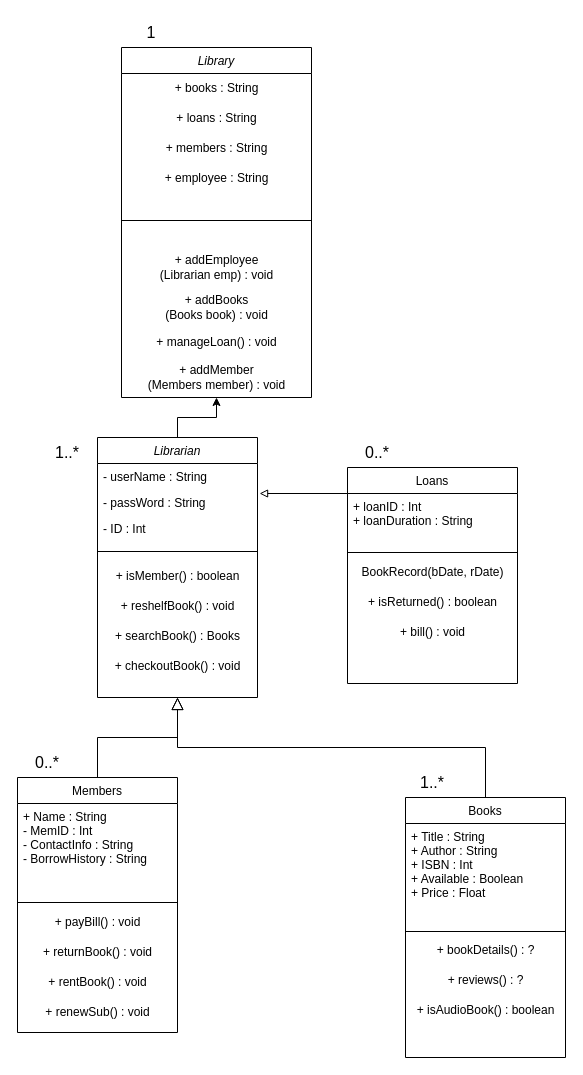
Earlier version of the draw.io diagram Untitled Diagram.drawio (Twpendleton/ClassUMLDiagram). Source tidied: cells renumbered, new cells numbered last; positions are measured from the earlier drawing's top-left corner, leaving out a move shared by most shapes. Both pictures are drawn from the tidied source at 100%, with x=0, y=0 at pixel (17, 17).
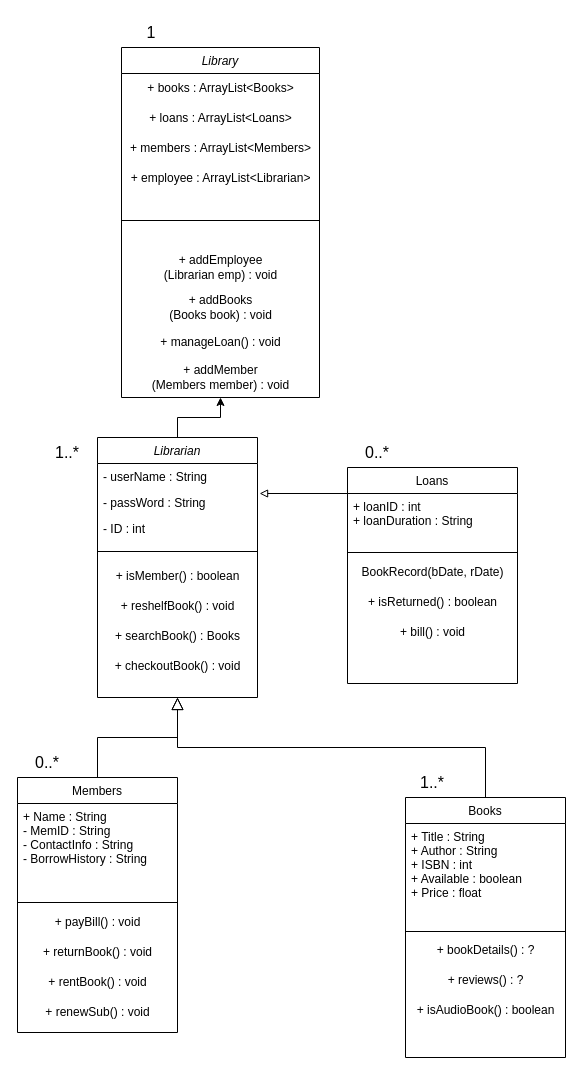
The same page after the edit.

Commit message:
Fix attribute types

Unchanged cells that the change refers to:
```xml
<mxCell id="3" value="Librarian" style="swimlane;fontStyle=2;align=center;verticalAlign=top;horizontal=1;startSize=26;rounded=0;shadow=0;strokeWidth=1;" parent="1" vertex="1">
  <mxGeometry x="80" y="420" width="160" height="260" as="geometry" />
</mxCell>
<mxCell id="12" value="Members" style="swimlane;fontStyle=0;align=center;verticalAlign=top;horizontal=1;startSize=26;rounded=0;shadow=0;strokeWidth=1;" parent="1" vertex="1">
  <mxGeometry y="760" width="160" height="255" as="geometry" />
</mxCell>
<mxCell id="20" value="Books" style="swimlane;fontStyle=0;align=center;verticalAlign=top;horizontal=1;startSize=26;rounded=0;shadow=0;strokeWidth=1;" parent="1" vertex="1">
  <mxGeometry x="388" y="780" width="160" height="260" as="geometry" />
</mxCell>
<mxCell id="27" value="Loans" style="swimlane;fontStyle=0;align=center;verticalAlign=top;horizontal=1;startSize=26;rounded=0;shadow=0;strokeWidth=1;" parent="1" vertex="1">
  <mxGeometry x="330" y="450" width="170" height="216" as="geometry" />
</mxCell>
```

Diff of the diagram source:
```diff
@@
-    <mxCell id="6" value="- ID : Int" style="text;align=left;verticalAlign=top;spacingLeft=4;spacingRight=4;overflow=hidden;rounded=0;shadow=0;html=0;" parent="3" vertex="1">
+    <mxCell id="6" value="- ID : int" style="text;align=left;verticalAlign=top;spacingLeft=4;spacingRight=4;overflow=hidden;rounded=0;shadow=0;html=0;" parent="3" vertex="1">
       <mxGeometry y="78" width="160" height="26" as="geometry" />
     </mxCell>
@@
-    <mxCell id="13" value="+ Name : String&#10;- MemID : Int&#10;- ContactInfo : String&#10;- BorrowHistory : String&#10;" style="text;align=left;verticalAlign=top;spacingLeft=4;spacingRight=4;overflow=hidden;" parent="12" vertex="1">
+    <mxCell id="13" value="+ Name : String&#10;- MemID : String&#10;- ContactInfo : String&#10;- BorrowHistory : String&#10;" style="text;align=left;verticalAlign=top;spacingLeft=4;spacingRight=4;overflow=hidden;" parent="12" vertex="1">
       <mxGeometry y="26" width="160" height="94" as="geometry" />
     </mxCell>
@@
-    <mxCell id="21" value="+ Title : String&#10;+ Author : String&#10;+ ISBN : Int&#10;+ Available : Boolean&#10;+ Price : Float" style="text;align=left;verticalAlign=top;spacingLeft=4;spacingRight=4;overflow=hidden;" parent="20" vertex="1">
+    <mxCell id="21" value="+ Title : String&#10;+ Author : String&#10;+ ISBN : int&#10;+ Available : boolean&#10;+ Price : float" style="text;align=left;verticalAlign=top;spacingLeft=4;spacingRight=4;overflow=hidden;" parent="20" vertex="1">
       <mxGeometry y="26" width="160" height="104" as="geometry" />
     </mxCell>
@@
-    <mxCell id="28" value="+ loanID : Int&#10;+ loanDuration : String&#10;" style="text;align=left;verticalAlign=top;spacingLeft=4;spacingRight=4;overflow=hidden;" parent="27" vertex="1">
+    <mxCell id="28" value="+ loanID : int&#10;+ loanDuration : String&#10;" style="text;align=left;verticalAlign=top;spacingLeft=4;spacingRight=4;overflow=hidden;" parent="27" vertex="1">
       <mxGeometry y="26" width="170" height="54" as="geometry" />
     </mxCell>
@@
     <mxCell id="34" value="Library" style="swimlane;fontStyle=2;align=center;verticalAlign=top;horizontal=1;startSize=26;rounded=0;shadow=0;strokeWidth=1;" parent="1" vertex="1">
-      <mxGeometry x="104" y="30" width="190" height="350" as="geometry" />
+      <mxGeometry x="104" y="30" width="198" height="350" as="geometry" />
     </mxCell>
-    <mxCell id="35" value="+ books : String" style="text;html=1;align=center;verticalAlign=middle;strokeColor=none;fillColor=none;" parent="34" vertex="1">
-      <mxGeometry y="26" width="190" height="30" as="geometry" />
+    <mxCell id="35" value="+ books : ArrayList&amp;lt;Books&amp;gt;" style="text;html=1;align=center;verticalAlign=middle;strokeColor=none;fillColor=none;" parent="34" vertex="1">
+      <mxGeometry y="26" width="198" height="30" as="geometry" />
     </mxCell>
-    <mxCell id="36" value="+ loans : String" style="text;html=1;align=center;verticalAlign=middle;strokeColor=none;fillColor=none;" parent="34" vertex="1">
-      <mxGeometry y="56" width="190" height="30" as="geometry" />
+    <mxCell id="36" value="+ loans : ArrayList&amp;lt;Loans&amp;gt;" style="text;html=1;align=center;verticalAlign=middle;strokeColor=none;fillColor=none;" parent="34" vertex="1">
+      <mxGeometry y="56" width="198" height="30" as="geometry" />
     </mxCell>
-    <mxCell id="37" value="+ members : String" style="text;html=1;align=center;verticalAlign=middle;strokeColor=none;fillColor=none;" parent="34" vertex="1">
-      <mxGeometry y="86" width="190" height="30" as="geometry" />
+    <mxCell id="37" value="+ members : ArrayList&amp;lt;Members&amp;gt;" style="text;html=1;align=center;verticalAlign=middle;strokeColor=none;fillColor=none;" parent="34" vertex="1">
+      <mxGeometry y="86" width="198" height="30" as="geometry" />
     </mxCell>
-    <mxCell id="38" value="+ employee : String" style="text;html=1;align=center;verticalAlign=middle;strokeColor=none;fillColor=none;" parent="34" vertex="1">
-      <mxGeometry y="116" width="190" height="30" as="geometry" />
+    <mxCell id="38" value="+ employee : ArrayList&amp;lt;Librarian&amp;gt;" style="text;html=1;align=center;verticalAlign=middle;strokeColor=none;fillColor=none;" parent="34" vertex="1">
+      <mxGeometry y="116" width="198" height="30" as="geometry" />
     </mxCell>
     <mxCell id="39" style="line;html=1;strokeWidth=1;align=left;verticalAlign=middle;spacingTop=-1;spacingLeft=3;spacingRight=3;labelPosition=right;" parent="34" vertex="1">
-      <mxGeometry y="146" width="190" height="54" as="geometry" />
+      <mxGeometry y="146" width="198" height="54" as="geometry" />
     </mxCell>
     <mxCell id="40" value="+ addEmployee&lt;div&gt;(Librarian emp)&amp;nbsp;&lt;span style=&quot;background-color: initial;&quot;&gt;: void&lt;/span&gt;&lt;/div&gt;" style="text;html=1;align=center;verticalAlign=middle;strokeColor=none;fillColor=none;" parent="34" vertex="1">
-      <mxGeometry y="200" width="190" height="40" as="geometry" />
+      <mxGeometry y="200" width="198" height="40" as="geometry" />
     </mxCell>
     <mxCell id="41" value="+ addBooks&lt;div&gt;(Books book) : void&lt;/div&gt;" style="text;html=1;align=center;verticalAlign=middle;strokeColor=none;fillColor=none;" parent="34" vertex="1">
-      <mxGeometry y="240" width="190" height="40" as="geometry" />
+      <mxGeometry y="240" width="198" height="40" as="geometry" />
     </mxCell>
     <mxCell id="42" value="+ manageLoan() : void" style="text;html=1;align=center;verticalAlign=middle;strokeColor=none;fillColor=none;" parent="34" vertex="1">
-      <mxGeometry y="280" width="190" height="30" as="geometry" />
+      <mxGeometry y="280" width="198" height="30" as="geometry" />
     </mxCell>
     <mxCell id="43" value="+ addMember&lt;div&gt;(Members member) : void&lt;/div&gt;" style="text;html=1;align=center;verticalAlign=middle;strokeColor=none;fillColor=none;" parent="34" vertex="1">
-      <mxGeometry y="310" width="190" height="40" as="geometry" />
+      <mxGeometry y="310" width="198" height="40" as="geometry" />
     </mxCell>
```
